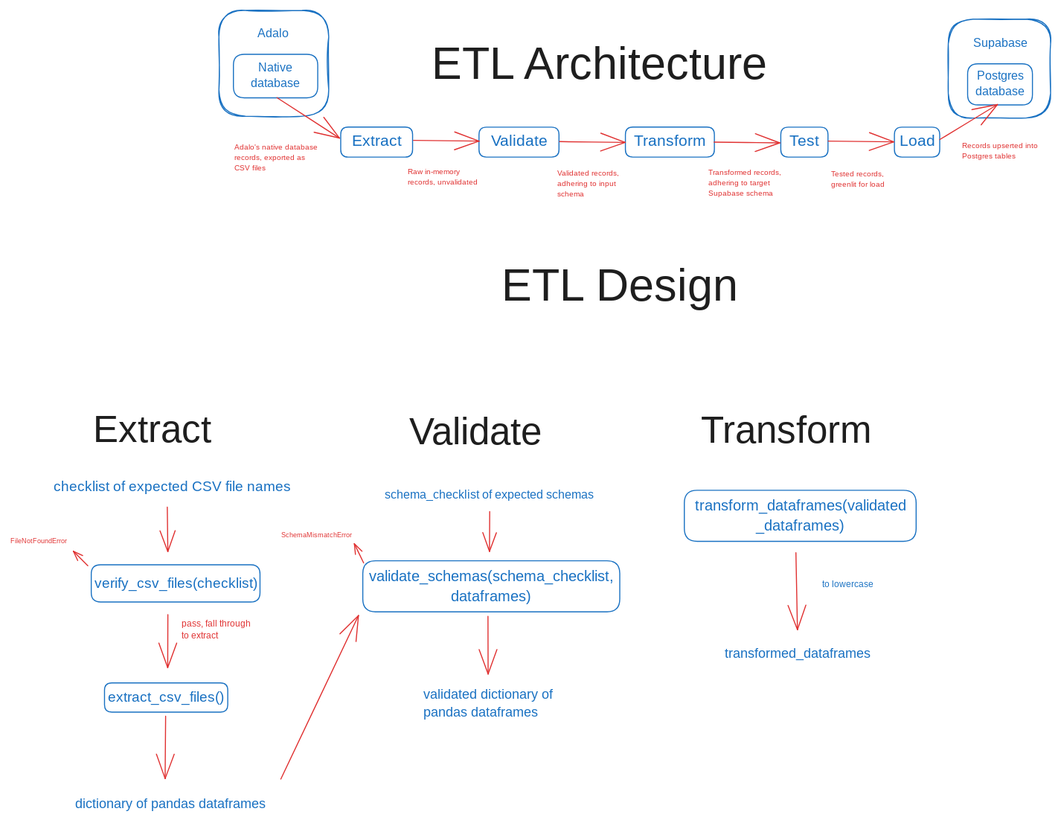
The Excalidraw diagram arch.excalidraw.svg in jperezopt/everloop-etl, before a commit. Source tidied: one line per element, renumbered; positions are measured from the earlier drawing's top-left corner, leaving out a move shared by most shapes.
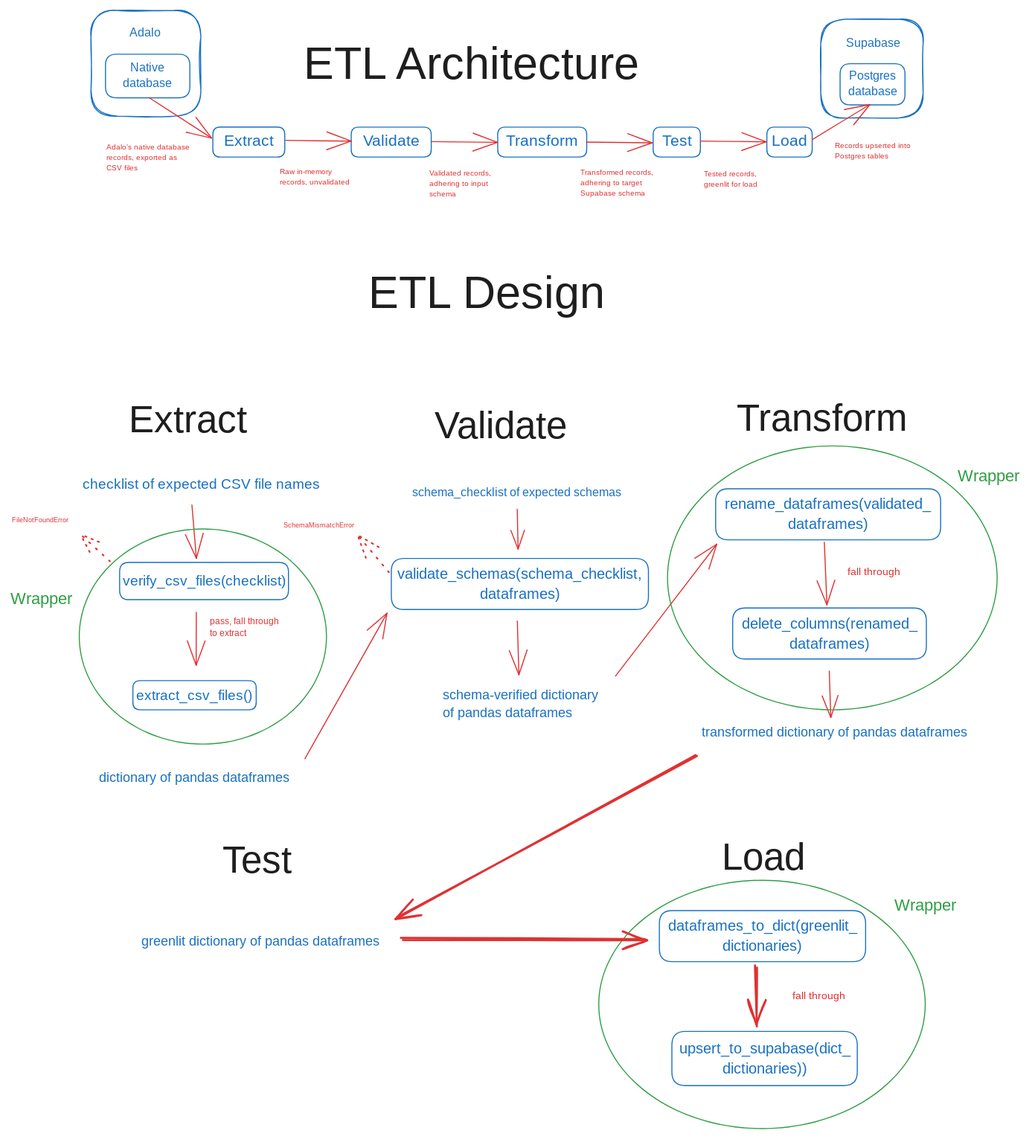
After the commit.

Commit message:
add load design diagram

The edit, as a diff of the source:
```diff
@@ -17,10 +17,12 @@
 {"id": 16, "type": "rectangle", "strokeColor": "#1971c2", "strokeWidth": 1, "roughness": 0, "round": true, "x": 849, "y": 112, "width": 44, "height": 29}
 {"id": 17, "type": "text", "text": "Load", "strokeColor": "#1971c2", "strokeWidth": 1, "roughness": 0, "fontSize": 15.02, "fontFamily": 8, "textAlign": "center", "verticalAlign": "middle", "inside": 16, "x": 854, "y": 117, "width": 33, "height": 19}
 {"id": 18, "type": "text", "text": "ETL Architecture", "strokeColor": "#1e1e1e", "strokeWidth": 1, "roughness": 0, "fontSize": 43.82, "fontFamily": 8, "x": 404, "y": 28, "width": 386, "height": 55}
-{"id": 19, "type": "text", "text": "ETL Design", "strokeColor": "#1e1e1e", "strokeWidth": 1, "roughness": 0, "fontSize": 43.82, "fontFamily": 8, "x": 471, "y": 240, "width": 241, "height": 55}
+{"id": 19, "type": "text", "text": "ETL Design", "strokeColor": "#1e1e1e", "strokeWidth": 1, "roughness": 0, "fontSize": 43.82, "fontFamily": 8, "x": 466, "y": 247, "width": 241, "height": 55}
-{"id": 20, "type": "text", "text": "Extract", "strokeColor": "#1e1e1e", "strokeWidth": 1, "roughness": 0, "fontSize": 36.5, "fontFamily": 8, "x": 80, "y": 383, "width": 141, "height": 46}
+{"id": 20, "type": "text", "text": "Extract", "strokeColor": "#1e1e1e", "strokeWidth": 1, "roughness": 0, "fontSize": 36.5, "fontFamily": 8, "x": 236, "y": 373, "width": 141, "height": 46}
+{"id": 61, "type": "text", "text": "Load", "strokeColor": "#1e1e1e", "strokeWidth": 1, "roughness": 0, "fontSize": 36.5, "fontFamily": 8, "x": 805, "y": 793, "width": 80, "height": 46}
+{"id": 62, "type": "text", "text": "Test", "strokeColor": "#1e1e1e", "strokeWidth": 1, "roughness": 0, "fontSize": 36.5, "fontFamily": 8, "x": 326, "y": 796, "width": 80, "height": 46}
-{"id": 21, "type": "text", "text": "Validate", "strokeColor": "#1e1e1e", "strokeWidth": 1, "roughness": 0, "fontSize": 36.5, "fontFamily": 8, "x": 383, "y": 385, "width": 161, "height": 46}
+{"id": 21, "type": "text", "text": "Validate", "strokeColor": "#1e1e1e", "strokeWidth": 1, "roughness": 0, "fontSize": 36.5, "fontFamily": 8, "x": 530, "y": 379, "width": 161, "height": 46}
-{"id": 22, "type": "text", "text": "Transform", "strokeColor": "#1e1e1e", "strokeWidth": 1, "roughness": 0, "fontSize": 36.5, "fontFamily": 8, "x": 663, "y": 383, "width": 181, "height": 46}
+{"id": 22, "type": "text", "text": "Transform", "strokeColor": "#1e1e1e", "strokeWidth": 1, "roughness": 0, "fontSize": 36.5, "fontFamily": 8, "x": 820, "y": 372, "width": 181, "height": 46}
 {"id": 23, "type": "text", "text": "Adalo's native database\nrecords, exported as\nCSV files", "strokeColor": "#e03131", "strokeWidth": 1, "roughness": 0, "fontSize": 7.46, "fontFamily": 6, "x": 215, "y": 126, "width": 81, "height": 30}
 {"id": 24, "type": "text", "text": "Raw in-memory \nrecords, unvalidated", "strokeColor": "#e03131", "strokeWidth": 1, "roughness": 0, "fontSize": 7.46, "fontFamily": 6, "x": 382, "y": 149, "width": 68, "height": 20}
 {"id": 25, "type": "text", "text": "Validated records,\nadhering to input\nschema", "strokeColor": "#e03131", "strokeWidth": 1, "roughness": 0, "fontSize": 7.46, "fontFamily": 6, "x": 525, "y": 151, "width": 61, "height": 30}
@@ -33,29 +35,47 @@
 {"id": 32, "type": "arrow", "strokeColor": "#e03131", "strokeWidth": 1, "roughness": 0, "endArrowhead": "arrow", "round": true, "x": 676, "y": 126, "width": 63, "height": 1, "points": [[0, 0], [63, 1]]}
 {"id": 33, "type": "arrow", "strokeColor": "#e03131", "strokeWidth": 1, "roughness": 0, "endArrowhead": "arrow", "round": true, "x": 785, "y": 125, "width": 63, "height": 1, "points": [[0, 0], [63, 1]]}
 {"id": 34, "type": "arrow", "strokeColor": "#e03131", "strokeWidth": 1, "roughness": 0, "endArrowhead": "arrow", "round": true, "from": 16, "to": 4, "x": 892, "y": 124, "width": 55, "height": 34, "points": [[0, 0], [55, -34]]}
-{"id": 35, "type": "rectangle", "strokeColor": "#1971c2", "strokeWidth": 1, "roughness": 0, "round": true, "x": 78, "y": 532, "width": 162, "height": 36}
+{"id": 35, "type": "rectangle", "strokeColor": "#1971c2", "strokeWidth": 1, "roughness": 0, "round": true, "x": 228, "y": 530, "width": 162, "height": 36}
-{"id": 36, "type": "text", "text": "verify_csv_files(checklist)", "strokeColor": "#1971c2", "strokeWidth": 1, "roughness": 0, "fontSize": 13.33, "fontFamily": 6, "textAlign": "center", "verticalAlign": "middle", "inside": 35, "x": 83, "y": 541, "width": 151, "height": 18}
+{"id": 36, "type": "text", "text": "verify_csv_files(checklist)", "strokeColor": "#1971c2", "strokeWidth": 1, "roughness": 0, "fontSize": 13.33, "fontFamily": 6, "textAlign": "center", "verticalAlign": "middle", "inside": 35, "x": 233, "y": 539, "width": 151, "height": 18}
-{"id": 37, "type": "rectangle", "strokeColor": "#1971c2", "strokeWidth": 1, "roughness": 0, "round": true, "x": 90, "y": 646, "width": 118, "height": 28}
+{"id": 37, "type": "rectangle", "strokeColor": "#1971c2", "strokeWidth": 1, "roughness": 0, "round": true, "x": 240, "y": 643, "width": 118, "height": 28}
-{"id": 38, "type": "text", "text": "extract_csv_files()", "strokeColor": "#1971c2", "strokeWidth": 1, "roughness": 0, "fontSize": 13.33, "fontFamily": 6, "textAlign": "center", "verticalAlign": "middle", "inside": 37, "x": 96, "y": 651, "width": 108, "height": 18}
+{"id": 38, "type": "text", "text": "extract_csv_files()", "strokeColor": "#1971c2", "strokeWidth": 1, "roughness": 0, "fontSize": 13.33, "fontFamily": 6, "textAlign": "center", "verticalAlign": "middle", "inside": 37, "x": 246, "y": 648, "width": 108, "height": 18}
-{"id": 39, "type": "arrow", "strokeColor": "#e03131", "strokeWidth": 1, "roughness": 0, "endArrowhead": "arrow", "round": true, "from": 50, "to": 37, "x": 151, "y": 580, "width": 0, "height": 51, "points": [[0, 0], [0, 51]]}
+{"id": 39, "type": "arrow", "strokeColor": "#e03131", "strokeWidth": 1, "roughness": 0, "endArrowhead": "arrow", "round": true, "from": 50, "to": 37, "x": 301, "y": 578, "width": 0, "height": 51, "points": [[0, 0], [0, 51]]}
-{"id": 40, "type": "arrow", "strokeColor": "#e03131", "strokeWidth": 1, "roughness": 0, "endArrowhead": "arrow", "round": true, "from": 35, "to": 42, "x": 74, "y": 533, "width": 14, "height": 14, "points": [[0, 0], [-14, -14]]}
+{"id": 40, "type": "arrow", "strokeColor": "#e03131", "strokeWidth": 1, "strokeStyle": "dotted", "roughness": 0, "endArrowhead": "arrow", "round": true, "from": 71, "to": 42, "x": 218, "y": 529, "width": 28, "height": 26, "points": [[0, 0], [-28, -26]]}
-{"id": 41, "type": "arrow", "strokeColor": "#e03131", "strokeWidth": 1, "roughness": 0, "endArrowhead": "arrow", "round": true, "from": 53, "to": 43, "x": 339, "y": 530, "width": 9, "height": 18, "points": [[0, 0], [-9, -18]]}
+{"id": 41, "type": "arrow", "strokeColor": "#e03131", "strokeWidth": 1, "strokeStyle": "dotted", "roughness": 0, "endArrowhead": "arrow", "round": true, "from": 53, "to": 43, "x": 486, "y": 539, "width": 30, "height": 36, "points": [[0, 0], [-30, -36]]}
-{"id": 42, "type": "text", "text": "FileNotFoundError", "strokeColor": "#e03131", "strokeWidth": 1, "roughness": 0, "fontSize": 6.77, "fontFamily": 6, "x": 0, "y": 505, "width": 56, "height": 9}
+{"id": 42, "type": "text", "text": "FileNotFoundError", "strokeColor": "#e03131", "strokeWidth": 1, "roughness": 0, "fontSize": 6.77, "fontFamily": 6, "x": 124, "y": 485, "width": 56, "height": 9}
-{"id": 43, "type": "text", "text": "SchemaMismatchError", "strokeColor": "#e03131", "strokeWidth": 1, "roughness": 0, "fontSize": 6.74, "fontFamily": 6, "x": 260, "y": 499, "width": 69, "height": 9}
+{"id": 43, "type": "text", "text": "SchemaMismatchError", "strokeColor": "#e03131", "strokeWidth": 1, "roughness": 0, "fontSize": 6.74, "fontFamily": 6, "x": 385, "y": 489, "width": 69, "height": 9}
-{"id": 44, "type": "text", "text": "checklist of expected CSV file names", "strokeColor": "#1971c2", "strokeWidth": 1, "roughness": 0, "fontSize": 13.33, "fontFamily": 6, "x": 42, "y": 448, "width": 221, "height": 18}
+{"id": 44, "type": "text", "text": "checklist of expected CSV file names", "strokeColor": "#1971c2", "strokeWidth": 1, "roughness": 0, "fontSize": 13.33, "fontFamily": 6, "x": 192, "y": 446, "width": 221, "height": 18}
-{"id": 45, "type": "arrow", "strokeColor": "#e03131", "strokeWidth": 1, "roughness": 0, "endArrowhead": "arrow", "round": true, "from": 44, "to": 35, "x": 151, "y": 477, "width": 1, "height": 43, "points": [[0, 0], [1, 43]]}
+{"id": 45, "type": "arrow", "strokeColor": "#e03131", "strokeWidth": 1, "roughness": 0, "endArrowhead": "arrow", "round": true, "from": 71, "to": 35, "x": 297, "y": 475, "width": 4, "height": 51, "points": [[0, 0], [4, 51]]}
-{"id": 46, "type": "text", "text": "dictionary of pandas dataframes", "strokeColor": "#1971c2", "strokeWidth": 1, "roughness": 0, "fontSize": 12.88, "fontFamily": 6, "x": 62, "y": 753, "width": 188, "height": 17}
+{"id": 46, "type": "text", "text": "dictionary of pandas dataframes", "strokeColor": "#1971c2", "strokeWidth": 1, "roughness": 0, "fontSize": 12.88, "fontFamily": 6, "x": 208, "y": 728, "width": 188, "height": 17}
-{"id": 47, "type": "text", "text": "validated dictionary of\npandas dataframes", "strokeColor": "#1971c2", "strokeWidth": 1, "roughness": 0, "fontSize": 12.88, "fontFamily": 6, "x": 396, "y": 648, "width": 130, "height": 35}
+{"id": 47, "type": "text", "text": "schema-verified dictionary\nof pandas dataframes", "strokeColor": "#1971c2", "strokeWidth": 1, "roughness": 0, "fontSize": 12.88, "fontFamily": 6, "x": 538, "y": 648, "width": 154, "height": 35}
-{"id": 48, "type": "text", "text": "transformed_dataframes", "strokeColor": "#1971c2", "strokeWidth": 1, "roughness": 0, "fontSize": 12.88, "fontFamily": 6, "x": 686, "y": 609, "width": 143, "height": 17}
+{"id": 48, "type": "text", "text": "transformed dictionary of pandas dataframes", "strokeColor": "#1971c2", "strokeWidth": 1, "roughness": 0, "fontSize": 12.88, "fontFamily": 6, "x": 786, "y": 684, "width": 262, "height": 17}
-{"id": 49, "type": "arrow", "strokeColor": "#e03131", "strokeWidth": 1, "roughness": 0, "endArrowhead": "arrow", "round": true, "from": 37, "to": 46, "x": 149, "y": 678, "width": 0, "height": 60, "points": [[0, 0], [0, 60]]}
+{"id": 63, "type": "text", "text": "greenlit dictionary of pandas dataframes", "strokeColor": "#1971c2", "strokeWidth": 1, "roughness": 0, "fontSize": 12.88, "fontFamily": 6, "x": 248, "y": 885, "width": 236, "height": 17}
-{"id": 50, "type": "text", "text": "pass, fall through \nto extract", "strokeColor": "#e03131", "strokeWidth": 1, "roughness": 0, "fontSize": 8.37, "fontFamily": 6, "x": 164, "y": 583, "width": 68, "height": 23}
+{"id": 50, "type": "text", "text": "pass, fall through \nto extract", "strokeColor": "#e03131", "strokeWidth": 1, "roughness": 0, "fontSize": 8.37, "fontFamily": 6, "x": 314, "y": 581, "width": 68, "height": 23}
-{"id": 51, "type": "text", "text": "to lowercase", "strokeColor": "#1971c2", "strokeWidth": 1, "roughness": 0, "fontSize": 8.37, "fontFamily": 6, "x": 779, "y": 545, "width": 48, "height": 11}
-{"id": 52, "type": "text", "text": "schema_checklist of expected schemas", "strokeColor": "#1971c2", "strokeWidth": 1, "roughness": 0, "fontSize": 11.59, "fontFamily": 6, "x": 360, "y": 457, "width": 204, "height": 16}
+{"id": 52, "type": "text", "text": "schema_checklist of expected schemas", "strokeColor": "#1971c2", "strokeWidth": 1, "roughness": 0, "fontSize": 11.59, "fontFamily": 6, "x": 508, "y": 455, "width": 204, "height": 16}
-{"id": 53, "type": "rectangle", "strokeColor": "#1971c2", "strokeWidth": 1, "roughness": 0, "round": true, "x": 338, "y": 528, "width": 247, "height": 49}
+{"id": 53, "type": "rectangle", "strokeColor": "#1971c2", "strokeWidth": 1, "roughness": 0, "round": true, "x": 488, "y": 526, "width": 247, "height": 49}
-{"id": 54, "type": "text", "text": "validate_schemas(schema_checklist,\ndataframes)", "strokeColor": "#1971c2", "strokeWidth": 1, "roughness": 0, "fontSize": 14.26, "fontFamily": 6, "textAlign": "center", "verticalAlign": "middle", "inside": 53, "x": 345, "y": 534, "width": 234, "height": 39}
+{"id": 54, "type": "text", "text": "validate_schemas(schema_checklist,\ndataframes)", "strokeColor": "#1971c2", "strokeWidth": 1, "roughness": 0, "fontSize": 14.26, "fontFamily": 6, "textAlign": "center", "verticalAlign": "middle", "inside": 53, "x": 495, "y": 531, "width": 234, "height": 39}
-{"id": 55, "type": "rectangle", "strokeColor": "#1971c2", "strokeWidth": 1, "roughness": 0, "round": true, "x": 647, "y": 461, "width": 223, "height": 49}
+{"id": 55, "type": "rectangle", "strokeColor": "#1971c2", "strokeWidth": 1, "roughness": 0, "round": true, "x": 800, "y": 459, "width": 216, "height": 49}
-{"id": 56, "type": "text", "text": "transform_dataframes(validated\n_dataframes)", "strokeColor": "#1971c2", "strokeWidth": 1, "roughness": 0, "fontSize": 14.26, "fontFamily": 6, "textAlign": "center", "verticalAlign": "middle", "inside": 55, "x": 655, "y": 466, "width": 207, "height": 39}
+{"id": 56, "type": "text", "text": "rename_dataframes(validated_\ndataframes)", "strokeColor": "#1971c2", "strokeWidth": 1, "roughness": 0, "fontSize": 14.26, "fontFamily": 6, "textAlign": "center", "verticalAlign": "middle", "inside": 55, "x": 808, "y": 464, "width": 200, "height": 39}
+{"id": 64, "type": "rectangle", "strokeColor": "#1971c2", "strokeWidth": 1, "roughness": 0, "round": true, "x": 746, "y": 864, "width": 198, "height": 49}
+{"id": 65, "type": "text", "text": "dataframes_to_dict(greenlit_\ndictionaries)", "strokeColor": "#1971c2", "strokeWidth": 1, "roughness": 0, "fontSize": 14.26, "fontFamily": 6, "textAlign": "center", "verticalAlign": "middle", "inside": 64, "x": 753, "y": 869, "width": 184, "height": 39}
+{"id": 66, "type": "rectangle", "strokeColor": "#1971c2", "strokeWidth": 1, "roughness": 0, "round": true, "x": 758, "y": 980, "width": 178, "height": 52}
+{"id": 67, "type": "text", "text": "upsert_to_supabase(dict_\ndictionaries))", "strokeColor": "#1971c2", "strokeWidth": 1, "roughness": 0, "fontSize": 14.26, "fontFamily": 6, "textAlign": "center", "verticalAlign": "middle", "inside": 66, "x": 764, "y": 987, "width": 165, "height": 39}
+{"id": 68, "type": "rectangle", "strokeColor": "#1971c2", "strokeWidth": 1, "roughness": 0, "round": true, "x": 816, "y": 574, "width": 186, "height": 49}
+{"id": 69, "type": "text", "text": "delete_columns(renamed_\ndataframes)", "strokeColor": "#1971c2", "strokeWidth": 1, "roughness": 0, "fontSize": 14.26, "fontFamily": 6, "textAlign": "center", "verticalAlign": "middle", "inside": 68, "x": 824, "y": 579, "width": 170, "height": 39}
-{"id": 57, "type": "arrow", "strokeColor": "#e03131", "strokeWidth": 1, "roughness": 0, "endArrowhead": "arrow", "round": true, "to": 53, "x": 260, "y": 738, "width": 75, "height": 157, "points": [[0, 0], [75, -157]]}
+{"id": 57, "type": "arrow", "strokeColor": "#e03131", "strokeWidth": 1, "roughness": 0, "endArrowhead": "arrow", "round": true, "from": 46, "to": 53, "x": 406, "y": 718, "width": 79, "height": 140, "points": [[0, 0], [79, -140]]}
-{"id": 58, "type": "arrow", "strokeColor": "#e03131", "strokeWidth": 1, "roughness": 0, "endArrowhead": "arrow", "round": true, "from": 52, "x": 460, "y": 481, "width": 0, "height": 38, "points": [[0, 0], [0, 38]]}
+{"id": 58, "type": "arrow", "strokeColor": "#e03131", "strokeWidth": 1, "roughness": 0, "endArrowhead": "arrow", "round": true, "from": 52, "x": 609, "y": 479, "width": 1, "height": 38, "points": [[0, 0], [1, 38]]}
-{"id": 59, "type": "arrow", "strokeColor": "#e03131", "strokeWidth": 1, "roughness": 0, "endArrowhead": "arrow", "round": true, "from": 53, "to": 47, "x": 459, "y": 582, "width": 0, "height": 55, "points": [[0, 0], [0, 55]]}
+{"id": 59, "type": "arrow", "strokeColor": "#e03131", "strokeWidth": 1, "roughness": 0, "endArrowhead": "arrow", "round": true, "from": 53, "to": 47, "x": 609, "y": 586, "width": 2, "height": 52, "points": [[0, 0], [2, 52]]}
-{"id": 60, "type": "arrow", "strokeColor": "#e03131", "strokeWidth": 1, "roughness": 0, "endArrowhead": "arrow", "round": true, "from": 55, "to": 48, "x": 754, "y": 521, "width": 1, "height": 74, "points": [[0, 0], [1, 74]]}
+{"id": 60, "type": "arrow", "strokeColor": "#e03131", "strokeWidth": 1, "roughness": 0, "endArrowhead": "arrow", "round": true, "from": 55, "to": 68, "x": 904, "y": 510, "width": 3, "height": 60, "points": [[0, 0], [3, 60]]}
+{"id": 70, "type": "arrow", "strokeColor": "#e03131", "strokeWidth": 1, "roughness": 0, "endArrowhead": "arrow", "round": true, "from": 47, "to": 55, "x": 704, "y": 639, "width": 97, "height": 126, "points": [[0, 0], [97, -126]]}
+{"id": 71, "type": "ellipse", "strokeColor": "#2f9e44", "strokeWidth": 1, "roughness": 0, "round": true, "x": 189, "y": 498, "width": 237, "height": 206}
+{"id": 72, "type": "text", "text": "fall through", "strokeColor": "#e03131", "strokeWidth": 1, "roughness": 0, "fontSize": 9.8, "fontFamily": 6, "x": 926, "y": 533, "width": 52, "height": 13}
+{"id": 73, "type": "text", "text": "fall through", "strokeColor": "#e03131", "strokeWidth": 1, "roughness": 0, "fontSize": 9.8, "fontFamily": 6, "x": 873, "y": 939, "width": 52, "height": 13}
+{"id": 74, "type": "arrow", "strokeColor": "#e03131", "strokeWidth": 1, "roughness": 0, "endArrowhead": "arrow", "round": true, "x": 909, "y": 634, "width": 1, "height": 45, "points": [[0, 0], [1, 45]]}
+{"id": 75, "type": "ellipse", "strokeColor": "#2f9e44", "strokeWidth": 1, "roughness": 0, "round": true, "x": 754, "y": 418, "width": 316, "height": 253}
+{"id": 76, "type": "ellipse", "strokeColor": "#2f9e44", "strokeWidth": 1, "roughness": 0, "round": true, "x": 688, "y": 835, "width": 313, "height": 238}
+{"id": 77, "type": "text", "text": "Wrapper", "strokeColor": "#2f9e44", "strokeWidth": 1, "roughness": 0, "fontSize": 16, "fontFamily": 6, "x": 123, "y": 553, "width": 64, "height": 22}
+{"id": 78, "type": "text", "text": "Wrapper", "strokeColor": "#2f9e44", "strokeWidth": 1, "roughness": 0, "fontSize": 16, "fontFamily": 6, "x": 1032, "y": 436, "width": 64, "height": 22}
+{"id": 79, "type": "text", "text": "Wrapper", "strokeColor": "#2f9e44", "strokeWidth": 1, "roughness": 0, "fontSize": 16, "fontFamily": 6, "x": 971, "y": 848, "width": 64, "height": 22}
+{"id": 80, "type": "arrow", "strokeColor": "#e03131", "strokeWidth": 2, "roughness": 1, "endArrowhead": "arrow", "round": true, "from": 48, "to": 63, "x": 781, "y": 715, "width": 287, "height": 156, "points": [[0, 0], [-287, 156]]}
+{"id": 81, "type": "arrow", "strokeColor": "#e03131", "strokeWidth": 2, "roughness": 1, "endArrowhead": "arrow", "round": true, "from": 63, "to": 64, "x": 498, "y": 891, "width": 234, "height": 1, "points": [[0, 0], [234, 1]]}
+{"id": 82, "type": "arrow", "strokeColor": "#e03131", "strokeWidth": 2, "roughness": 1, "endArrowhead": "arrow", "round": true, "from": 64, "to": 66, "x": 838, "y": 918, "width": 0, "height": 57, "points": [[0, 0], [0, 57]]}
```
